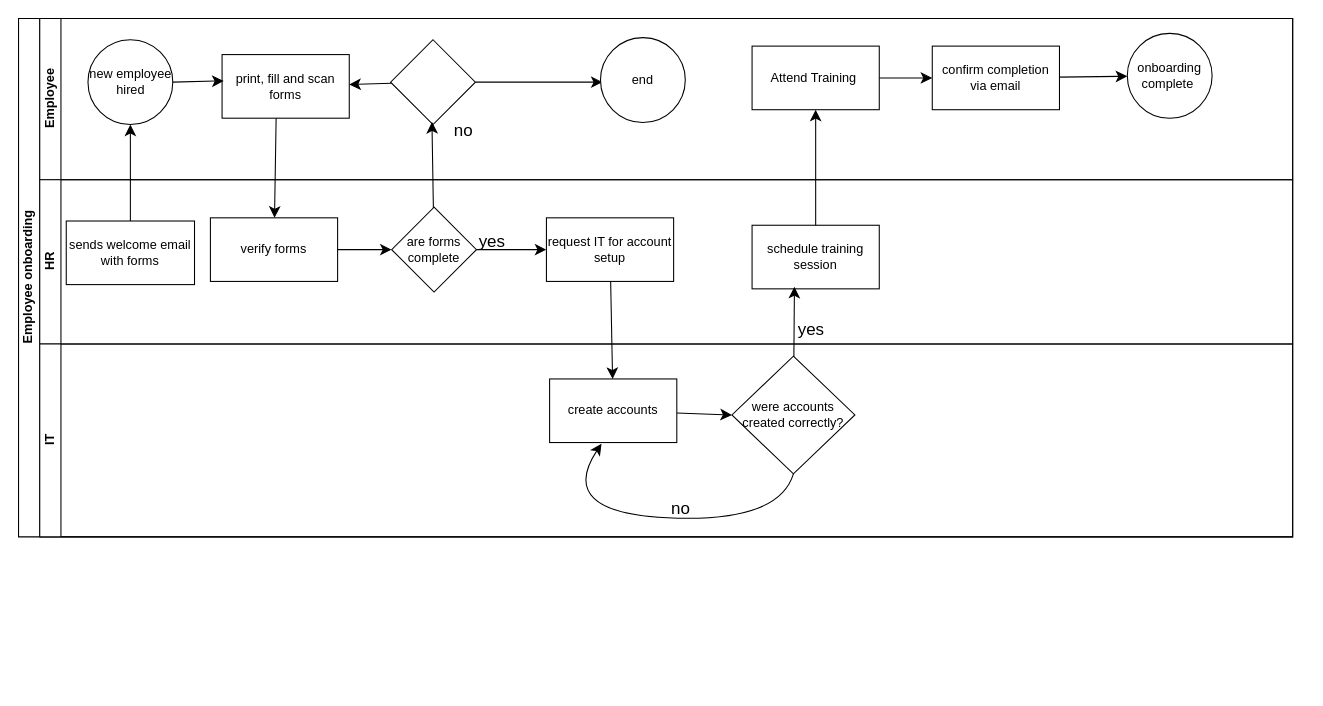
The draw.io diagram EliThomas.drawio in Tiedaman33/zero_day, before the edit. Source tidied: cells renumbered, new cells numbered last; positions are measured from the earlier drawing's top-left corner, leaving out a move shared by most shapes. Both pictures are drawn from the tidied source at 106%, with x=0, y=0 at pixel (18, 18).
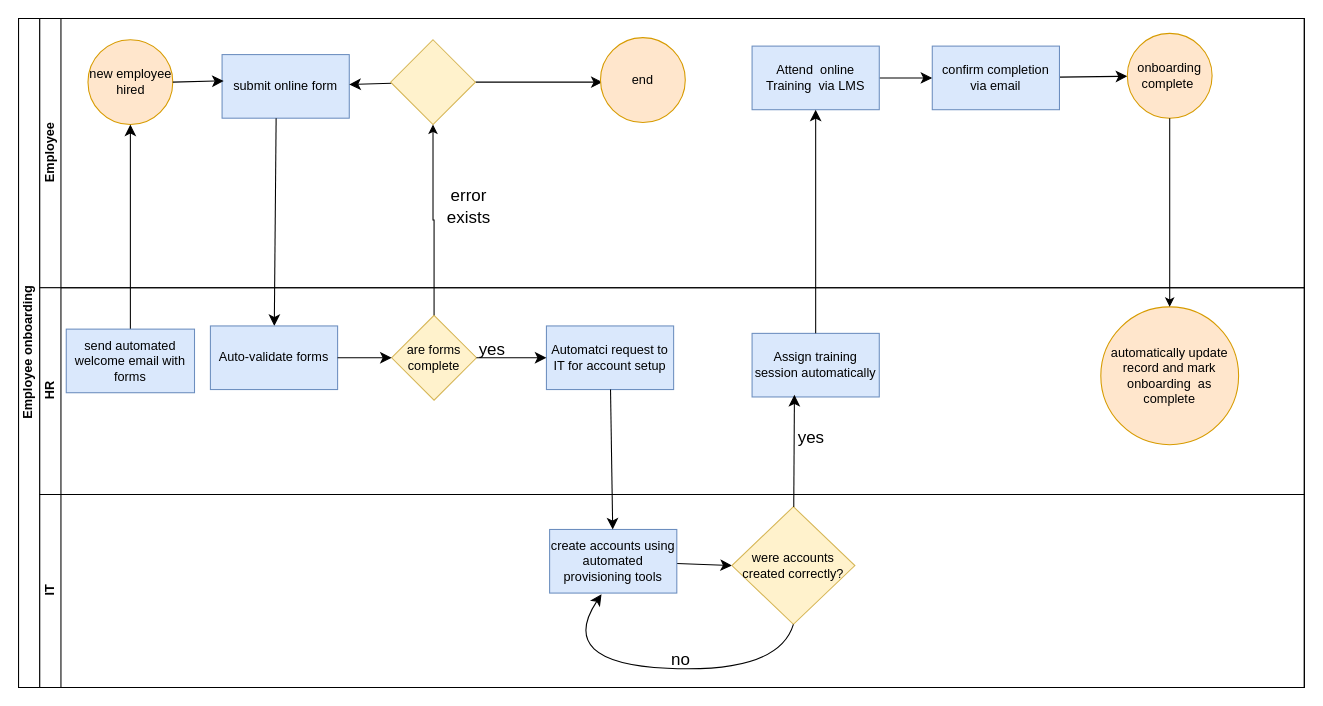
The same diagram, later.

Change to the diagram source:
```diff
@@
     <mxCell id="2" value="Employee onboarding" style="swimlane;horizontal=0;startSize=20;html=1;" parent="1" vertex="1">
-      <mxGeometry width="1202" height="489" as="geometry" />
+      <mxGeometry width="1213" height="631" as="geometry" />
     </mxCell>
     <mxCell id="3" value="Employee" style="swimlane;startSize=20;horizontal=0;html=1;" parent="2" vertex="1">
-      <mxGeometry x="20" width="1182" height="152" as="geometry" />
+      <mxGeometry x="20" width="1193" height="254" as="geometry" />
     </mxCell>
-    <mxCell id="4" value="new employee hired" style="ellipse;whiteSpace=wrap;html=1;" parent="3" vertex="1">
+    <mxCell id="4" value="new employee hired" style="ellipse;whiteSpace=wrap;html=1;fillColor=#ffe6cc;strokeColor=#d79b00;" parent="3" vertex="1">
       <mxGeometry x="45.5" y="20" width="80" height="80" as="geometry" />
     </mxCell>
-    <mxCell id="5" value="print, fill and scan forms" style="rounded=0;whiteSpace=wrap;html=1;" parent="3" vertex="1">
+    <mxCell id="5" value="submit online form" style="rounded=0;whiteSpace=wrap;html=1;fillColor=#dae8fc;strokeColor=#6c8ebf;" parent="3" vertex="1">
       <mxGeometry x="172" y="34" width="120" height="60" as="geometry" />
     </mxCell>
@@
-    <mxCell id="7" value="no" style="text;strokeColor=none;fillColor=none;html=1;align=center;verticalAlign=middle;whiteSpace=wrap;rounded=0;fontSize=16;" parent="3" vertex="1">
-      <mxGeometry x="370" y="90" width="60" height="30" as="geometry" />
+    <mxCell id="7" value="error exists" style="text;strokeColor=none;fillColor=none;html=1;align=center;verticalAlign=middle;whiteSpace=wrap;rounded=0;fontSize=16;" parent="3" vertex="1">
+      <mxGeometry x="375" y="162" width="60" height="30" as="geometry" />
     </mxCell>
@@
-    <mxCell id="10" style="rhombus;whiteSpace=wrap;html=1;" parent="3" vertex="1">
+    <mxCell id="10" style="rhombus;whiteSpace=wrap;html=1;fillColor=#fff2cc;strokeColor=#d6b656;" parent="3" vertex="1">
       <mxGeometry x="331" y="20" width="80" height="80" as="geometry" />
     </mxCell>
-    <mxCell id="11" value="end" style="ellipse;whiteSpace=wrap;html=1;" parent="3" vertex="1">
+    <mxCell id="11" value="end" style="ellipse;whiteSpace=wrap;html=1;fillColor=#ffe6cc;strokeColor=#d79b00;" parent="3" vertex="1">
       <mxGeometry x="529" y="18" width="80" height="80" as="geometry" />
     </mxCell>
@@
-    <mxCell id="13" value="Attend Training&amp;nbsp;" style="rounded=0;whiteSpace=wrap;html=1;" parent="3" vertex="1">
+    <mxCell id="13" value="Attend&amp;nbsp; online Training&amp;nbsp; via LMS" style="rounded=0;whiteSpace=wrap;html=1;fillColor=#dae8fc;strokeColor=#6c8ebf;" parent="3" vertex="1">
       <mxGeometry x="672" y="26" width="120" height="60" as="geometry" />
     </mxCell>
@@
-    <mxCell id="15" value="confirm completion via email" style="whiteSpace=wrap;html=1;rounded=0;" parent="3" vertex="1">
+    <mxCell id="15" value="confirm completion via email" style="whiteSpace=wrap;html=1;rounded=0;fillColor=#dae8fc;strokeColor=#6c8ebf;" parent="3" vertex="1">
       <mxGeometry x="842" y="26" width="120" height="60" as="geometry" />
     </mxCell>
-    <mxCell id="16" value="onboarding complete&amp;nbsp;" style="ellipse;whiteSpace=wrap;html=1;rounded=0;" parent="3" vertex="1">
+    <mxCell id="16" value="onboarding complete&amp;nbsp;" style="ellipse;whiteSpace=wrap;html=1;rounded=0;fillColor=#ffe6cc;strokeColor=#d79b00;" parent="3" vertex="1">
       <mxGeometry x="1026" y="14" width="80" height="80" as="geometry" />
     </mxCell>
+    <mxCell id="27" style="endArrow=classic;html=1;rounded=0;fontSize=12;startSize=8;endSize=8;curved=1;exitX=0.5;exitY=0;exitDx=0;exitDy=0;entryX=0.5;entryY=1;entryDx=0;entryDy=0;" parent="2" edge="1" source="18" target="4">
+      <mxGeometry relative="1" as="geometry" />
+    </mxCell>
+    <mxCell id="28" style="endArrow=classic;html=1;rounded=0;fontSize=12;startSize=8;endSize=8;curved=1;exitX=0.425;exitY=1;exitDx=0;exitDy=0;exitPerimeter=0;" parent="2" edge="1" source="5" target="19">
+      <mxGeometry relative="1" as="geometry" />
+    </mxCell>
     <mxCell id="17" value="HR" style="swimlane;startSize=20;horizontal=0;html=1;" parent="2" vertex="1">
-      <mxGeometry x="20" y="152" width="1182" height="155" as="geometry" />
+      <mxGeometry x="20" y="254" width="1193" height="195" as="geometry" />
     </mxCell>
-    <mxCell id="18" value="&lt;font&gt;sends welcome email with forms&lt;/font&gt;" style="rounded=0;whiteSpace=wrap;html=1;" parent="17" vertex="1">
+    <mxCell id="18" value="&lt;font&gt;send automated welcome email with forms&lt;/font&gt;" style="rounded=0;whiteSpace=wrap;html=1;fillColor=#dae8fc;strokeColor=#6c8ebf;" parent="17" vertex="1">
       <mxGeometry x="25" y="39" width="121" height="60" as="geometry" />
     </mxCell>
-    <mxCell id="19" value="verify forms" style="rounded=0;whiteSpace=wrap;html=1;" parent="17" vertex="1">
+    <mxCell id="19" value="Auto-validate forms" style="rounded=0;whiteSpace=wrap;html=1;fillColor=#dae8fc;strokeColor=#6c8ebf;" parent="17" vertex="1">
       <mxGeometry x="161" y="36" width="120" height="60" as="geometry" />
     </mxCell>
-    <mxCell id="20" value="are forms complete" style="rhombus;whiteSpace=wrap;html=1;" parent="17" vertex="1">
+    <mxCell id="20" value="are forms complete" style="rhombus;whiteSpace=wrap;html=1;fillColor=#fff2cc;strokeColor=#d6b656;" parent="17" vertex="1">
       <mxGeometry x="332" y="26" width="80" height="80" as="geometry" />
     </mxCell>
@@
-    <mxCell id="22" value="schedule training session" style="rounded=0;whiteSpace=wrap;html=1;" parent="17" vertex="1">
+    <mxCell id="22" value="Assign training session automatically" style="rounded=0;whiteSpace=wrap;html=1;fillColor=#dae8fc;strokeColor=#6c8ebf;" parent="17" vertex="1">
       <mxGeometry x="672" y="43" width="120" height="60" as="geometry" />
     </mxCell>
@@
-    <mxCell id="24" value="request IT for account setup" style="rounded=0;whiteSpace=wrap;html=1;" parent="17" vertex="1">
+    <mxCell id="24" value="Automatci request to IT for account setup" style="rounded=0;whiteSpace=wrap;html=1;fillColor=#dae8fc;strokeColor=#6c8ebf;" parent="17" vertex="1">
       <mxGeometry x="478" y="36" width="120" height="60" as="geometry" />
     </mxCell>
@@
-    <mxCell id="27" style="endArrow=classic;html=1;rounded=0;fontSize=12;startSize=8;endSize=8;curved=1;exitX=0.5;exitY=0;exitDx=0;exitDy=0;entryX=0.5;entryY=1;entryDx=0;entryDy=0;" parent="2" edge="1" source="18" target="4">
-      <mxGeometry relative="1" as="geometry" />
-    </mxCell>
-    <mxCell id="28" style="endArrow=classic;html=1;rounded=0;fontSize=12;startSize=8;endSize=8;curved=1;exitX=0.425;exitY=1;exitDx=0;exitDy=0;exitPerimeter=0;" parent="2" edge="1" source="5" target="19">
-      <mxGeometry relative="1" as="geometry" />
-    </mxCell>
+    <mxCell id="39" value="automatically update record and mark onboarding&amp;nbsp; as complete" style="ellipse;whiteSpace=wrap;html=1;rounded=0;fillColor=#ffe6cc;strokeColor=#d79b00;" parent="17" vertex="1">
+      <mxGeometry x="1001" y="18" width="130" height="130" as="geometry" />
+    </mxCell>
     <mxCell id="29" value="IT" style="swimlane;startSize=20;horizontal=0;html=1;" parent="2" vertex="1">
-      <mxGeometry x="20" y="307" width="1182" height="182" as="geometry" />
+      <mxGeometry x="20" y="449" width="1193" height="182" as="geometry" />
     </mxCell>
@@
-    <mxCell id="31" value="create accounts" style="rounded=0;whiteSpace=wrap;html=1;" parent="29" vertex="1">
+    <mxCell id="31" value="create accounts using automated provisioning tools" style="rounded=0;whiteSpace=wrap;html=1;fillColor=#dae8fc;strokeColor=#6c8ebf;" parent="29" vertex="1">
       <mxGeometry x="481" y="33" width="120" height="60" as="geometry" />
     </mxCell>
-    <mxCell id="32" value="&lt;font&gt;were accounts created correctly?&lt;/font&gt;" style="rhombus;whiteSpace=wrap;html=1;" parent="29" vertex="1">
+    <mxCell id="32" value="&lt;font&gt;were accounts created correctly?&lt;/font&gt;" style="rhombus;whiteSpace=wrap;html=1;fillColor=#fff2cc;strokeColor=#d6b656;" parent="29" vertex="1">
       <mxGeometry x="653" y="11.5" width="116" height="111" as="geometry" />
     </mxCell>
@@
-    <mxCell id="38" style="edgeStyle=none;curved=1;rounded=0;jettySize=auto;html=1;fontSize=12;startSize=8;endSize=8;entryX=0;entryY=0.25;entryDx=0;entryDy=0;" parent="2" edge="1" source="20" target="7">
-      <mxGeometry relative="1" as="geometry" />
-    </mxCell>
+    <mxCell id="40" style="edgeStyle=orthogonalEdgeStyle;rounded=0;jettySize=auto;html=1;" parent="2" edge="1" source="16" target="39">
+      <mxGeometry relative="1" as="geometry" />
+    </mxCell>
+    <mxCell id="41" style="edgeStyle=orthogonalEdgeStyle;rounded=0;jettySize=auto;html=1;entryX=0.5;entryY=1;entryDx=0;entryDy=0;" parent="2" edge="1" source="20" target="10">
+      <mxGeometry relative="1" as="geometry" />
+    </mxCell>
```
